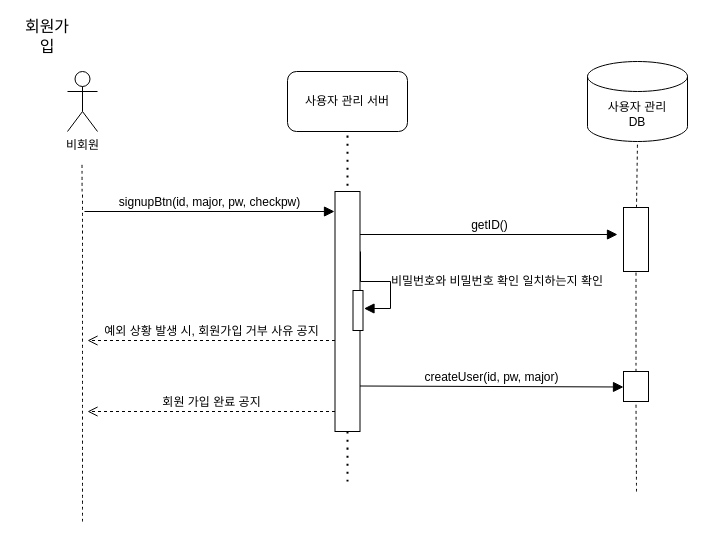
Earlier version of the draw.io diagram page "회원가입" (1 of 7) of squenceDiagram.drawio (cherror/placeK). Source tidied: cells renumbered, new cells numbered last; positions are measured from the earlier drawing's top-left corner, leaving out a move shared by most shapes. Both pictures are drawn from the tidied source at 100%, with x=0, y=0 at pixel (17, 21).
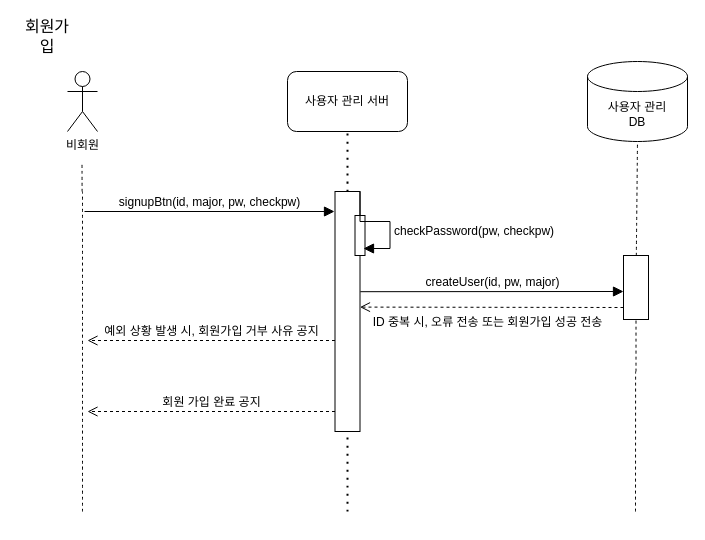
The same diagram, later.

The change refers to these unchanged cells:
```xml
<mxCell id="5" value="사용자 관리 서버" style="rounded=1;whiteSpace=wrap;html=1;" parent="1" vertex="1">
  <mxGeometry x="270" y="50" width="120" height="60" as="geometry" />
</mxCell>
```

Change to the diagram source:
```diff
@@
     <mxCell id="7" style="endArrow=none;dashed=1;html=1;dashPattern=1 3;strokeWidth=2;rounded=0;fontSize=12;startSize=8;endSize=8;curved=1;entryX=0.5;entryY=1;entryDx=0;entryDy=0;" parent="1" edge="1" target="5">
       <mxGeometry relative="1" as="geometry">
-        <mxPoint x="330" y="460" as="sourcePoint" />
+        <mxPoint x="330" y="490" as="sourcePoint" />
       </mxGeometry>
     </mxCell>
@@
-    <mxCell id="11" value="getID()" style="html=1;verticalAlign=bottom;endArrow=block;curved=0;rounded=0;fontSize=12;startSize=8;endSize=8;" parent="1" edge="1">
+    <mxCell id="11" value="createUser(id, pw, major)" style="html=1;verticalAlign=bottom;endArrow=block;curved=0;rounded=0;fontSize=12;startSize=8;endSize=8;entryX=0;entryY=0.25;entryDx=0;entryDy=0;exitX=1.013;exitY=0.134;exitDx=0;exitDy=0;exitPerimeter=0;" parent="1" edge="1">
       <mxGeometry relative="1" as="geometry">
-        <mxPoint x="342.5" y="213" as="sourcePoint" />
-        <mxPoint x="600" y="213" as="targetPoint" />
+        <mxPoint x="342.8" y="270.2" as="sourcePoint" />
+        <mxPoint x="606" y="270" as="targetPoint" />
       </mxGeometry>
     </mxCell>
-    <mxCell id="12" style="endArrow=none;dashed=1;html=1;rounded=0;fontSize=12;startSize=8;endSize=8;curved=1;entryX=0.5;entryY=1;entryDx=0;entryDy=0;entryPerimeter=0;" parent="1" edge="1" source="16" target="13">
-      <mxGeometry relative="1" as="geometry" />
+    <mxCell id="12" style="endArrow=none;dashed=1;html=1;rounded=0;fontSize=12;startSize=8;endSize=8;curved=1;entryX=0.5;entryY=1;entryDx=0;entryDy=0;entryPerimeter=0;" parent="1" edge="1" target="13">
+      <mxGeometry relative="1" as="geometry">
+        <mxPoint x="618.5" y="350" as="sourcePoint" />
+      </mxGeometry>
     </mxCell>
     <mxCell id="13" style="rounded=0;whiteSpace=wrap;html=1;" parent="1" vertex="1">
-      <mxGeometry x="606" y="186" width="25" height="64" as="geometry" />
+      <mxGeometry x="606" y="234" width="25" height="64" as="geometry" />
     </mxCell>
-    <mxCell id="14" value="createUser(id, pw, major)" style="html=1;verticalAlign=bottom;endArrow=block;curved=0;rounded=0;fontSize=12;startSize=8;endSize=8;entryX=0;entryY=0.5;entryDx=0;entryDy=0;" parent="1" edge="1">
-      <mxGeometry relative="1" as="geometry">
-        <mxPoint x="342.5" y="364.5" as="sourcePoint" />
-        <mxPoint x="606" y="365.5" as="targetPoint" />
-      </mxGeometry>
-    </mxCell>
-    <mxCell id="15" style="endArrow=none;dashed=1;html=1;rounded=0;fontSize=12;startSize=8;endSize=8;curved=1;entryX=0.5;entryY=1;entryDx=0;entryDy=0;entryPerimeter=0;" parent="1" edge="1" target="16">
+    <mxCell id="15" style="endArrow=none;dashed=1;html=1;rounded=0;fontSize=12;startSize=8;endSize=8;curved=1;entryX=0.5;entryY=1;entryDx=0;entryDy=0;entryPerimeter=0;" parent="1" edge="1">
       <mxGeometry relative="1" as="geometry">
-        <mxPoint x="619" y="470" as="sourcePoint" />
+        <mxPoint x="618" y="490" as="sourcePoint" />
+        <mxPoint x="618.1" y="350" as="targetPoint" />
       </mxGeometry>
     </mxCell>
-    <mxCell id="16" style="rounded=0;whiteSpace=wrap;html=1;" parent="1" vertex="1">
-      <mxGeometry x="606" y="350" width="25" height="30" as="geometry" />
-    </mxCell>
     <mxCell id="17" style="html=1;perimeter=orthogonalPerimeter;targetShapes=umlLifeline;newEdgeStyle={&quot;curved&quot;:0,&quot;rounded&quot;:0};" parent="1" vertex="1">
-      <mxGeometry x="335.5" y="269" width="10" height="40" as="geometry" />
+      <mxGeometry x="337.5" y="194" width="10" height="40" as="geometry" />
     </mxCell>
-    <mxCell id="18" value="비밀번호와 비밀번호 확인 일치하는지 확인" style="html=1;align=left;spacingLeft=2;endArrow=block;rounded=0;edgeStyle=orthogonalEdgeStyle;curved=0;rounded=0;fontSize=12;startSize=8;endSize=8;" parent="1" edge="1">
-      <mxGeometry relative="1" as="geometry">
-        <mxPoint x="343" y="230" as="sourcePoint" />
-        <mxPoint x="346.5" y="287" as="targetPoint" />
+    <mxCell id="18" value="checkPassword(pw, checkpw)" style="html=1;align=left;spacingLeft=2;endArrow=block;rounded=0;edgeStyle=orthogonalEdgeStyle;curved=0;rounded=0;fontSize=12;startSize=8;endSize=8;" parent="1" edge="1">
+      <mxGeometry x="0.23" relative="1" as="geometry">
+        <mxPoint x="342.5" y="170" as="sourcePoint" />
+        <mxPoint x="346" y="227" as="targetPoint" />
         <Array as="points">
-          <mxPoint x="373" y="260" />
+          <mxPoint x="372.5" y="200" />
         </Array>
       </mxGeometry>
     </mxCell>
     <mxCell id="19" style="endArrow=none;dashed=1;html=1;rounded=0;fontSize=12;startSize=8;endSize=8;curved=1;" parent="1" edge="1">
       <mxGeometry relative="1" as="geometry">
-        <mxPoint x="65" y="500" as="sourcePoint" />
+        <mxPoint x="65" y="490" as="sourcePoint" />
         <mxPoint x="65" y="170" as="targetPoint" />
       </mxGeometry>
     </mxCell>
@@
+    <mxCell id="22" value="ID 중복 시, 오류 전송 또는 회원가입 성공 전송" style="html=1;verticalAlign=bottom;endArrow=open;dashed=1;endSize=8;curved=0;rounded=0;fontSize=12;exitX=0;exitY=0.5;exitDx=0;exitDy=0;" parent="1" edge="1">
+      <mxGeometry x="0.03" y="24" relative="1" as="geometry">
+        <mxPoint x="606" y="286" as="sourcePoint" />
+        <mxPoint x="342.5" y="285.6" as="targetPoint" />
+      </mxGeometry>
+    </mxCell>
```
